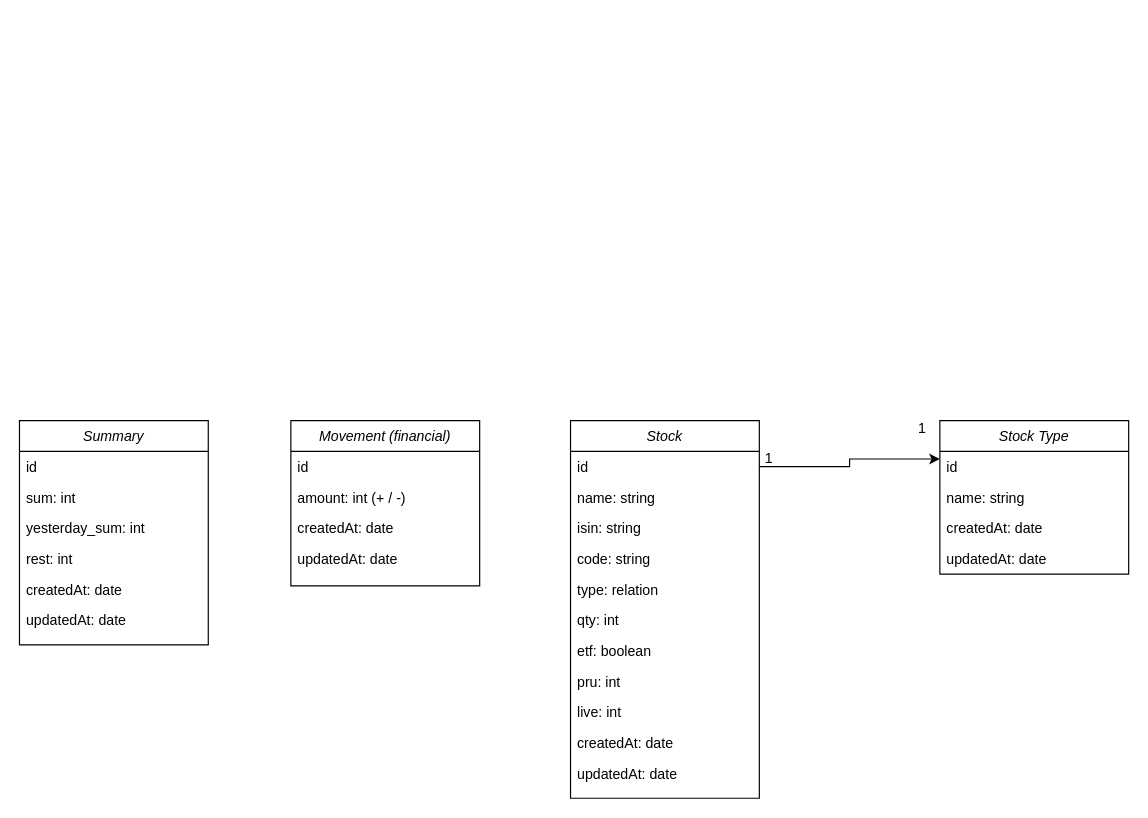
This is StockReport.drawio from thomas-claireau/stockreport, a draw.io file, before an edit. Source tidied: cells renumbered, new cells numbered last; positions are measured from the earlier drawing's top-left corner, leaving out a move shared by most shapes. Both pictures are drawn from the tidied source at 118%, with x=0, y=0 at pixel (19, 420).
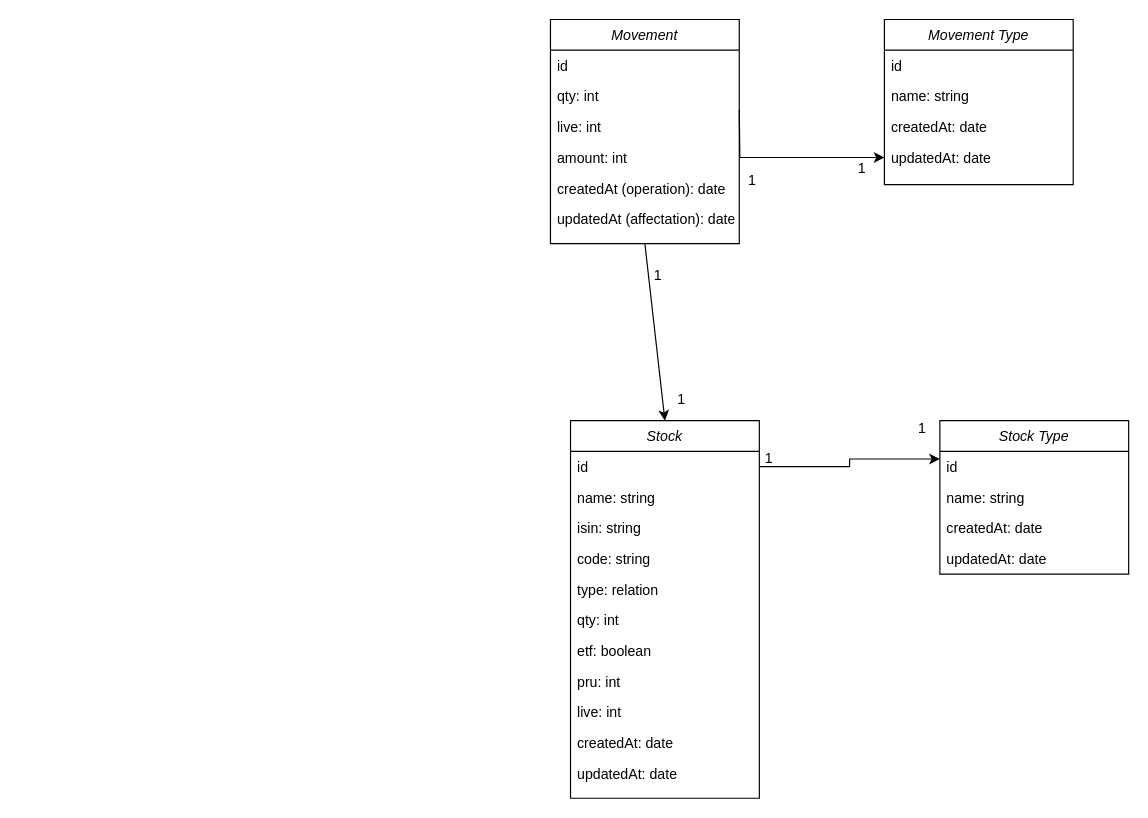
The same page after the edit.

Unchanged cells that the change refers to:
```xml
<mxCell id="14" value="Stock" style="swimlane;fontStyle=2;align=center;verticalAlign=top;horizontal=1;startSize=26;rounded=0;shadow=0;strokeWidth=1;" parent="1" vertex="1">
  <mxGeometry x="467" width="160" height="320" as="geometry" />
</mxCell>
```

Diff of the diagram source:
```diff
@@
-    <mxCell id="2" value="Summary" style="swimlane;fontStyle=2;align=center;verticalAlign=top;horizontal=1;startSize=26;rounded=0;shadow=0;strokeWidth=1;" parent="1" vertex="1">
-      <mxGeometry width="160" height="190" as="geometry" />
-    </mxCell>
-    <mxCell id="3" value="id" style="text;align=left;verticalAlign=top;spacingLeft=4;spacingRight=4;overflow=hidden;" parent="2" vertex="1">
-      <mxGeometry y="26" width="160" height="26" as="geometry" />
-    </mxCell>
-    <mxCell id="4" value="sum: int" style="text;align=left;verticalAlign=top;spacingLeft=4;spacingRight=4;overflow=hidden;rounded=0;shadow=0;html=0;" parent="2" vertex="1">
-      <mxGeometry y="52" width="160" height="26" as="geometry" />
-    </mxCell>
-    <mxCell id="5" value="yesterday_sum: int" style="text;align=left;verticalAlign=top;spacingLeft=4;spacingRight=4;overflow=hidden;rounded=0;shadow=0;html=0;" parent="2" vertex="1">
-      <mxGeometry y="78" width="160" height="26" as="geometry" />
-    </mxCell>
-    <mxCell id="6" value="rest: int" style="text;align=left;verticalAlign=top;spacingLeft=4;spacingRight=4;overflow=hidden;rounded=0;shadow=0;html=0;" parent="2" vertex="1">
-      <mxGeometry y="104" width="160" height="26" as="geometry" />
-    </mxCell>
-    <mxCell id="7" value="createdAt: date" style="text;align=left;verticalAlign=top;spacingLeft=4;spacingRight=4;overflow=hidden;rounded=0;shadow=0;html=0;" parent="2" vertex="1">
-      <mxGeometry y="130" width="160" height="26" as="geometry" />
-    </mxCell>
-    <mxCell id="8" value="updatedAt: date" style="text;align=left;verticalAlign=top;spacingLeft=4;spacingRight=4;overflow=hidden;points=[[0,0.5],[1,0.5]];portConstraint=eastwest;rounded=0;shadow=0;html=0;" parent="2" vertex="1">
-      <mxGeometry y="156" width="160" height="26" as="geometry" />
-    </mxCell>
-    <mxCell id="9" value="Movement (financial)" style="swimlane;fontStyle=2;align=center;verticalAlign=top;horizontal=1;startSize=26;rounded=0;shadow=0;strokeWidth=1;" parent="1" vertex="1">
-      <mxGeometry x="230" width="160" height="140" as="geometry" />
+    <mxCell id="9" value="Movement" style="swimlane;fontStyle=2;align=center;verticalAlign=top;horizontal=1;startSize=26;rounded=0;shadow=0;strokeWidth=1;" parent="1" vertex="1">
+      <mxGeometry x="450" y="-340" width="160" height="190" as="geometry" />
     </mxCell>
@@
-    <mxCell id="11" value="amount: int (+ / -)" style="text;align=left;verticalAlign=top;spacingLeft=4;spacingRight=4;overflow=hidden;rounded=0;shadow=0;html=0;" parent="9" vertex="1">
+    <mxCell id="11" value="qty: int" style="text;align=left;verticalAlign=top;spacingLeft=4;spacingRight=4;overflow=hidden;rounded=0;shadow=0;html=0;" parent="9" vertex="1">
       <mxGeometry y="52" width="160" height="26" as="geometry" />
     </mxCell>
-    <mxCell id="12" value="createdAt: date" style="text;align=left;verticalAlign=top;spacingLeft=4;spacingRight=4;overflow=hidden;rounded=0;shadow=0;html=0;" parent="9" vertex="1">
+    <mxCell id="12" value="live: int" style="text;align=left;verticalAlign=top;spacingLeft=4;spacingRight=4;overflow=hidden;rounded=0;shadow=0;html=0;" parent="9" vertex="1">
       <mxGeometry y="78" width="160" height="26" as="geometry" />
     </mxCell>
-    <mxCell id="13" value="updatedAt: date" style="text;align=left;verticalAlign=top;spacingLeft=4;spacingRight=4;overflow=hidden;rounded=0;shadow=0;html=0;" parent="9" vertex="1">
+    <mxCell id="13" value="amount: int" style="text;align=left;verticalAlign=top;spacingLeft=4;spacingRight=4;overflow=hidden;rounded=0;shadow=0;html=0;" parent="9" vertex="1">
       <mxGeometry y="104" width="160" height="26" as="geometry" />
     </mxCell>
+    <mxCell id="34" value="createdAt (operation): date" style="text;align=left;verticalAlign=top;spacingLeft=4;spacingRight=4;overflow=hidden;rounded=0;shadow=0;html=0;" parent="9" vertex="1">
+      <mxGeometry y="130" width="160" height="26" as="geometry" />
+    </mxCell>
+    <mxCell id="35" value="updatedAt (affectation): date" style="text;align=left;verticalAlign=top;spacingLeft=4;spacingRight=4;overflow=hidden;rounded=0;shadow=0;html=0;" parent="9" vertex="1">
+      <mxGeometry y="156" width="160" height="26" as="geometry" />
+    </mxCell>
@@
+    <mxCell id="36" value="Movement Type" style="swimlane;fontStyle=2;align=center;verticalAlign=top;horizontal=1;startSize=26;rounded=0;shadow=0;strokeWidth=1;" parent="1" vertex="1">
+      <mxGeometry x="733" y="-340" width="160" height="140" as="geometry" />
+    </mxCell>
+    <mxCell id="3" value="id" style="text;align=left;verticalAlign=top;spacingLeft=4;spacingRight=4;overflow=hidden;" parent="36" vertex="1">
+      <mxGeometry y="26" width="160" height="26" as="geometry" />
+    </mxCell>
+    <mxCell id="37" value="name: string" style="text;align=left;verticalAlign=top;spacingLeft=4;spacingRight=4;overflow=hidden;rounded=0;shadow=0;html=0;" parent="36" vertex="1">
+      <mxGeometry y="52" width="160" height="26" as="geometry" />
+    </mxCell>
+    <mxCell id="7" value="createdAt: date" style="text;align=left;verticalAlign=top;spacingLeft=4;spacingRight=4;overflow=hidden;rounded=0;shadow=0;html=0;" parent="36" vertex="1">
+      <mxGeometry y="78" width="160" height="26" as="geometry" />
+    </mxCell>
+    <mxCell id="8" value="updatedAt: date" style="text;align=left;verticalAlign=top;spacingLeft=4;spacingRight=4;overflow=hidden;points=[[0,0.5],[1,0.5]];portConstraint=eastwest;rounded=0;shadow=0;html=0;" parent="36" vertex="1">
+      <mxGeometry y="104" width="160" height="26" as="geometry" />
+    </mxCell>
+    <mxCell id="38" style="edgeStyle=orthogonalEdgeStyle;rounded=0;jettySize=auto;html=1;exitX=1;exitY=0.5;exitDx=0;exitDy=0;entryX=0;entryY=0.5;entryDx=0;entryDy=0;" parent="1" edge="1" target="8">
+      <mxGeometry relative="1" as="geometry">
+        <mxPoint x="610" y="-263.5" as="sourcePoint" />
+      </mxGeometry>
+    </mxCell>
+    <mxCell id="39" style="endArrow=classic;html=1;entryX=0.5;entryY=0;entryDx=0;entryDy=0;exitX=0.5;exitY=1;exitDx=0;exitDy=0;" parent="1" edge="1" source="9" target="14">
+      <mxGeometry relative="1" as="geometry" />
+    </mxCell>
+    <mxCell id="40" value="1" style="align=left;verticalAlign=bottom;labelBackgroundColor=none;fontSize=12;" parent="1" vertex="1">
+      <mxGeometry x="640" y="50" as="geometry">
+        <mxPoint x="-104" y="-165" as="offset" />
+      </mxGeometry>
+    </mxCell>
+    <mxCell id="41" value="1" style="align=left;verticalAlign=bottom;labelBackgroundColor=none;fontSize=12;" parent="1" vertex="1">
+      <mxGeometry x="660" y="155" as="geometry">
+        <mxPoint x="-104" y="-165" as="offset" />
+      </mxGeometry>
+    </mxCell>
+    <mxCell id="42" value="1" style="align=left;verticalAlign=bottom;labelBackgroundColor=none;fontSize=12;" parent="1" vertex="1">
+      <mxGeometry x="720" y="-30" as="geometry">
+        <mxPoint x="-104" y="-165" as="offset" />
+      </mxGeometry>
+    </mxCell>
+    <mxCell id="43" value="1" style="align=left;verticalAlign=bottom;labelBackgroundColor=none;fontSize=12;" parent="1" vertex="1">
+      <mxGeometry x="813" y="-40" as="geometry">
+        <mxPoint x="-104" y="-165" as="offset" />
+      </mxGeometry>
+    </mxCell>
```
